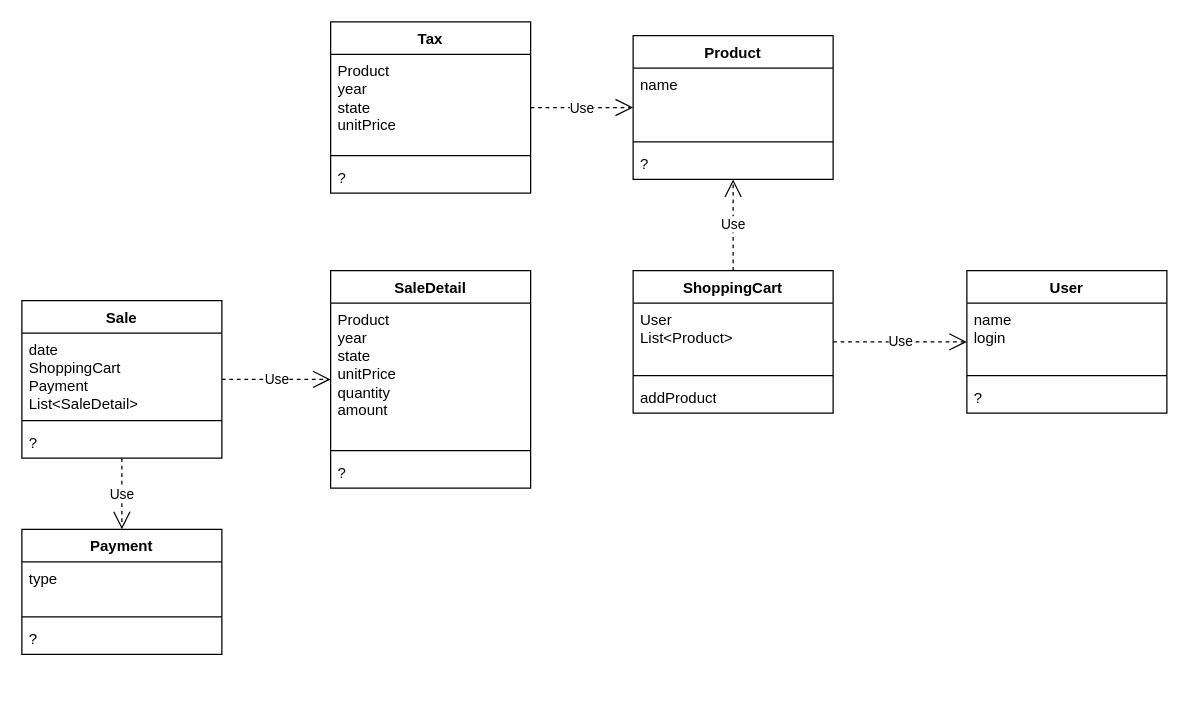
codegik/pocs keeps this draw.io diagram as architecture/tax-system/class-diagram.drawio. Above is the earlier version. Source tidied: cells renumbered, new cells numbered last; positions are measured from the earlier drawing's top-left corner, leaving out a move shared by most shapes. Both pictures are drawn from the tidied source at 125%, with x=0, y=0 at pixel (21, 21).
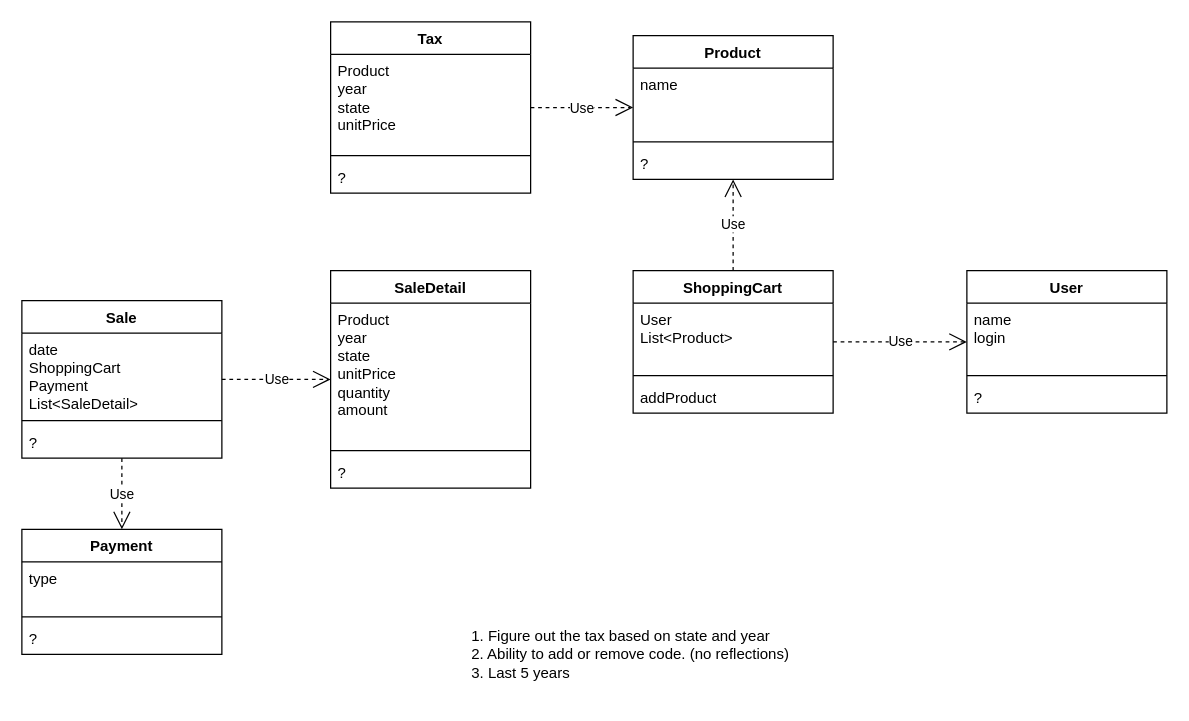
After the change.

What changed in the source:
```diff
@@
+    <mxCell id="35" value="&lt;div&gt;1. Figure out the tax based on state and year&lt;/div&gt;&lt;div&gt;2. Ability to add or remove code. (no reflections)&lt;br&gt;&lt;/div&gt;3. Last 5 years" style="text;html=1;strokeColor=none;fillColor=none;align=left;verticalAlign=middle;whiteSpace=wrap;rounded=0;" parent="1" vertex="1">
+      <mxGeometry x="358" y="470" width="320" height="72" as="geometry" />
+    </mxCell>
```
